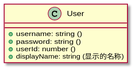
This is models.svg from Jeff-Tian/uni-sso, a PlantUML export, as it was before one commit. The source it was exported from:
```plantuml
@startuml
class User {
    +username: string ()
    +password: string ()
    +userId: number ()
    +displayName: string (显示的名称)
}
@enduml
```
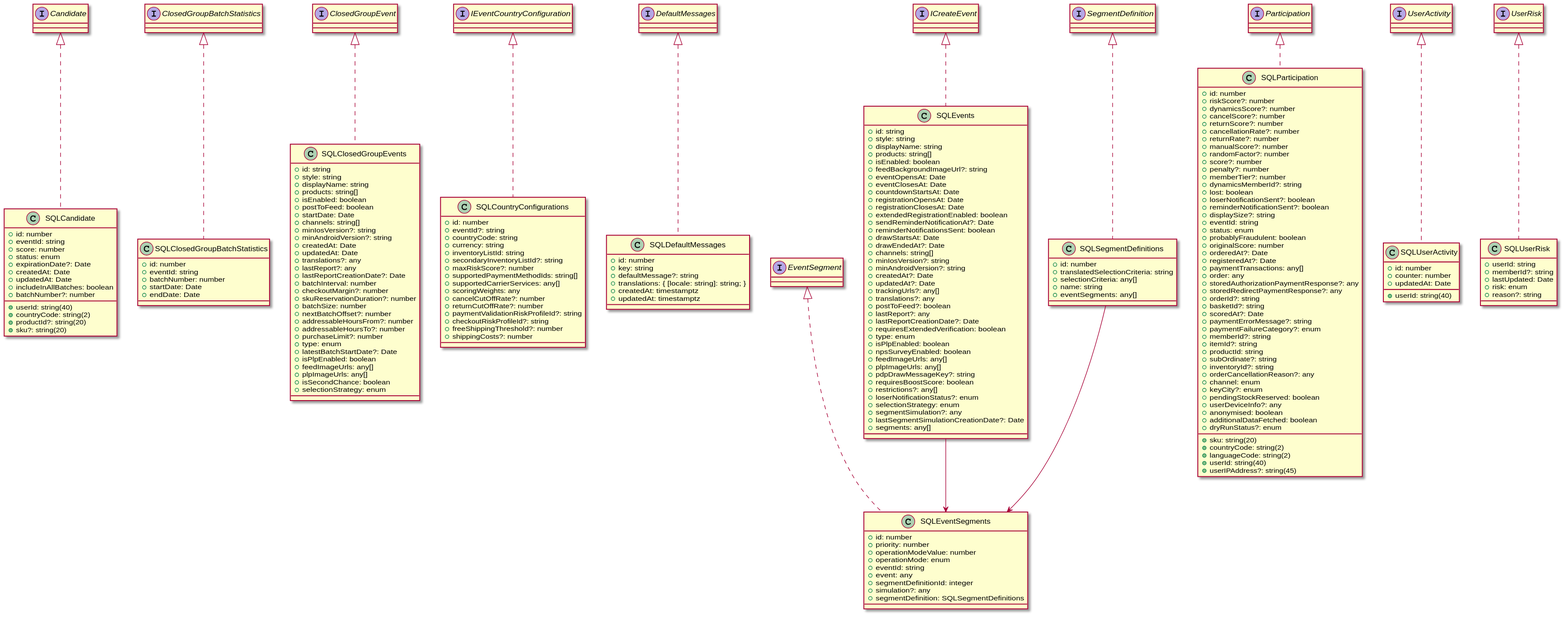
Above is the later version.

Diff of the diagram source:
```diff
@@ -1,8 +1,209 @@
 @startuml
-class User {
-    +username: string ()
-    +password: string ()
-    +userId: number ()
-    +displayName: string (显示的名称)
+class SQLCandidate implements Candidate {
+    +id: number
+    +userId: string(40)
+    +eventId: string
+    +score: number
+    +countryCode: string(2)
+    +productId?: string(20)
+    +sku?: string(20)
+    +status: enum
+    +expirationDate?: Date
+    +createdAt: Date
+    +updatedAt: Date
+    +includeInAllBatches: boolean
+    +batchNumber?: number
+}
+class SQLClosedGroupBatchStatistics implements ClosedGroupBatchStatistics {
+    +id: number
+    +eventId: string
+    +batchNumber: number
+    +startDate: Date
+    +endDate: Date
+}
+class SQLClosedGroupEvents implements ClosedGroupEvent {
+    +id: string
+    +style: string
+    +displayName: string
+    +products: string[]
+    +isEnabled: boolean
+    +postToFeed: boolean
+    +startDate: Date
+    +channels: string[]
+    +minIosVersion?: string
+    +minAndroidVersion?: string
+    +createdAt: Date
+    +updatedAt: Date
+    +translations?: any
+    +lastReport?: any
+    +lastReportCreationDate?: Date
+    +batchInterval: number
+    +checkoutMargin?: number
+    +skuReservationDuration?: number
+    +batchSize: number
+    +nextBatchOffset?: number
+    +addressableHoursFrom?: number
+    +addressableHoursTo?: number
+    +purchaseLimit?: number
+    +type: enum
+    +latestBatchStartDate?: Date
+    +isPlpEnabled: boolean
+    +feedImageUrls: any[]
+    +plpImageUrls: any[]
+    +isSecondChance: boolean
+    +selectionStrategy: enum
+}
+class SQLCountryConfigurations implements IEventCountryConfiguration {
+    +id: number
+    +eventId?: string
+    +countryCode: string
+    +currency: string
+    +inventoryListId: string
+    +secondaryInventoryListId?: string
+    +maxRiskScore?: number
+    +supportedPaymentMethodIds: string[]
+    +supportedCarrierServices: any[]
+    +scoringWeights: any
+    +cancelCutOffRate?: number
+    +returnCutOffRate?: number
+    +paymentValidationRiskProfileId?: string
+    +checkoutRiskProfileId?: string
+    +freeShippingThreshold?: number
+    +shippingCosts?: number
+}
+class SQLDefaultMessages implements DefaultMessages {
+    +id: number
+    +key: string
+    +defaultMessage?: string
+    +translations: { [locale: string]: string; }
+    +createdAt: timestamptz
+    +updatedAt: timestamptz
+}
+class SQLSegmentDefinitions implements SegmentDefinition {
+    +id: number
+    +translatedSelectionCriteria: string
+    +selectionCriteria: any[]
+    +name: string
+    +eventSegments: any[]
+}
+SQLSegmentDefinitions --> SQLEventSegments
+class SQLEventSegments implements EventSegment {
+    +id: number
+    +priority: number
+    +operationModeValue: number
+    +operationMode: enum
+    +eventId: string
+    +event: any
+    +segmentDefinitionId: integer
+    +simulation?: any
+    +segmentDefinition: SQLSegmentDefinitions
+}
+class SQLEvents implements ICreateEvent {
+    +id: string
+    +style: string
+    +displayName: string
+    +products: string[]
+    +isEnabled: boolean
+    +feedBackgroundImageUrl?: string
+    +eventOpensAt: Date
+    +eventClosesAt: Date
+    +countdownStartsAt: Date
+    +registrationOpensAt: Date
+    +registrationClosesAt: Date
+    +extendedRegistrationEnabled: boolean
+    +sendReminderNotificationAt?: Date
+    +reminderNotificationsSent: boolean
+    +drawStartsAt: Date
+    +drawEndedAt?: Date
+    +channels: string[]
+    +minIosVersion?: string
+    +minAndroidVersion?: string
+    +createdAt?: Date
+    +updatedAt?: Date
+    +trackingUrls?: any[]
+    +translations?: any
+    +postToFeed?: boolean
+    +lastReport?: any
+    +lastReportCreationDate?: Date
+    +requiresExtendedVerification: boolean
+    +type: enum
+    +isPlpEnabled: boolean
+    +npsSurveyEnabled: boolean
+    +feedImageUrls: any[]
+    +plpImageUrls: any[]
+    +pdpDrawMessageKey?: string
+    +requiresBoostScore: boolean
+    +restrictions?: any[]
+    +loserNotificationStatus?: enum
+    +selectionStrategy: enum
+    +segmentSimulation?: any
+    +lastSegmentSimulationCreationDate?: Date
+    +segments: any[]
+}
+SQLEvents --> SQLEventSegments
+class SQLParticipation implements Participation {
+    +id: number
+    +riskScore?: number
+    +dynamicsScore?: number
+    +cancelScore?: number
+    +returnScore?: number
+    +cancellationRate?: number
+    +returnRate?: number
+    +manualScore?: number
+    +randomFactor?: number
+    +score?: number
+    +penalty?: number
+    +memberTier?: number
+    +dynamicsMemberId?: string
+    +lost: boolean
+    +loserNotificationSent?: boolean
+    +reminderNotificationSent?: boolean
+    +displaySize?: string
+    +eventId: string
+    +sku: string(20)
+    +countryCode: string(2)
+    +languageCode: string(2)
+    +userId: string(40)
+    +status: enum
+    +probablyFraudulent: boolean
+    +originalScore: number
+    +orderedAt?: Date
+    +registeredAt?: Date
+    +paymentTransactions: any[]
+    +order: any
+    +storedAuthorizationPaymentResponse?: any
+    +storedRedirectPaymentResponse?: any
+    +orderId?: string
+    +basketId?: string
+    +scoredAt?: Date
+    +paymentErrorMessage?: string
+    +paymentFailureCategory?: enum
+    +memberId?: string
+    +itemId?: string
+    +productId: string
+    +subOrdinate?: string
+    +inventoryId?: string
+    +orderCancellationReason?: any
+    +channel: enum
+    +keyCity?: enum
+    +pendingStockReserved: boolean
+    +userIPAddress?: string(45)
+    +userDeviceInfo?: any
+    +anonymised: boolean
+    +additionalDataFetched: boolean
+    +dryRunStatus?: enum
+}
+class SQLUserActivity implements UserActivity {
+    +id: number
+    +userId: string(40)
+    +counter: number
+    +updatedAt: Date
+}
+class SQLUserRisk implements UserRisk {
+    +userId: string
+    +memberId?: string
+    +lastUpdated: Date
+    +risk: enum
+    +reason?: string
 }
 @enduml
```
